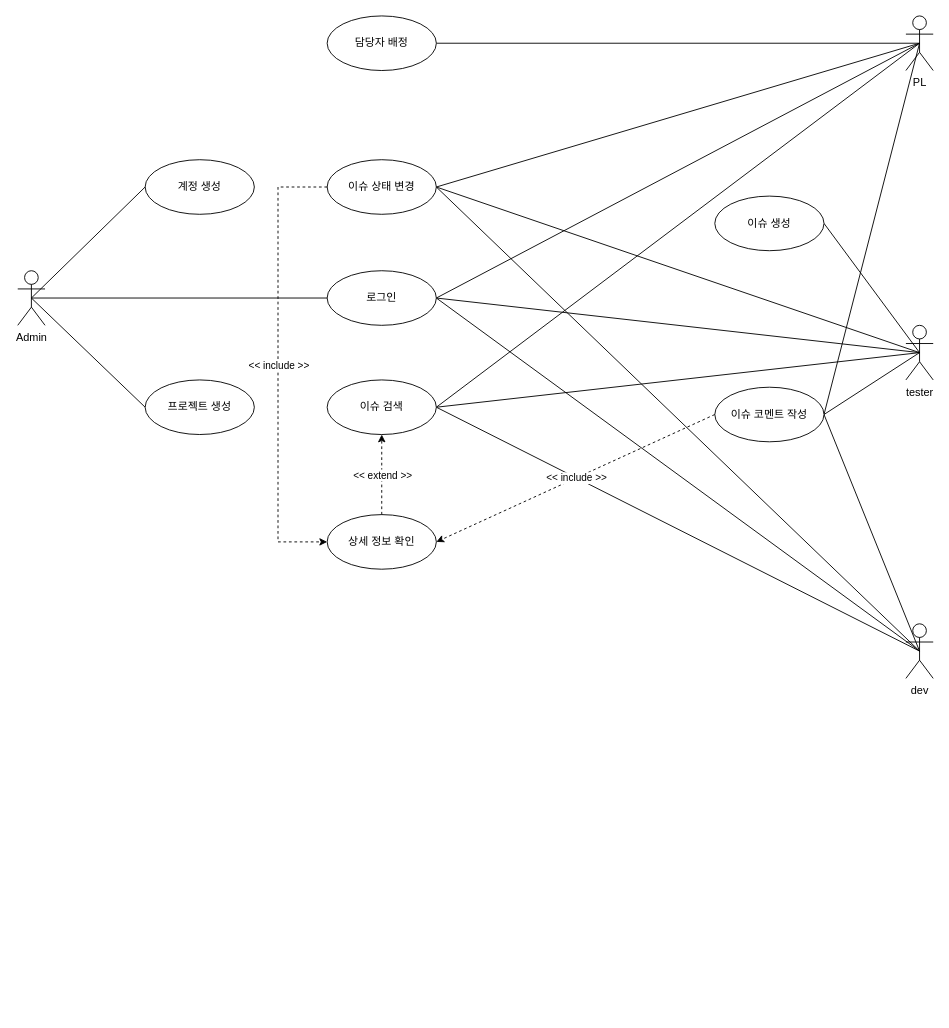
LuisYou/Term_Project_19 keeps this draw.io diagram as 다이어그램 모음집/유스케이스 다이어그램 0601-2.drawio. Above is the earlier version. Source tidied: cells renumbered, new cells numbered last; positions are measured from the earlier drawing's top-left corner, leaving out a move shared by most shapes. Both pictures are drawn from the tidied source at 91%, with x=0, y=0 at pixel (17, 15).
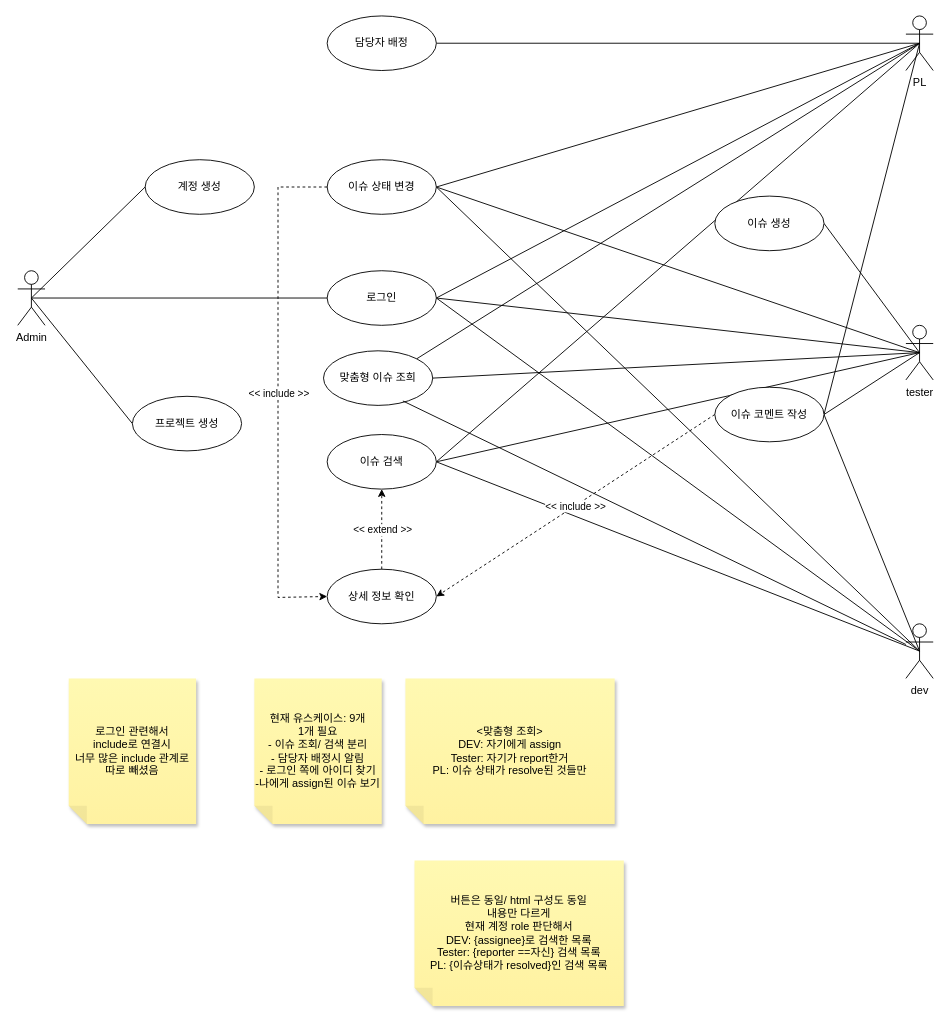
The same page after the edit.

Commit message:
유스케이스 다이어그램 최종.drawio 업데이트

The change refers to these unchanged cells:
```xml
<mxCell id="11" value="PL" style="shape=umlActor;verticalLabelPosition=bottom;verticalAlign=top;html=1;outlineConnect=0;" parent="1" vertex="1">
  <mxGeometry x="976" width="30" height="60" as="geometry" />
</mxCell>
<mxCell id="16" value="dev" style="shape=umlActor;verticalLabelPosition=bottom;verticalAlign=top;html=1;outlineConnect=0;" parent="1" vertex="1">
  <mxGeometry x="976" y="668" width="30" height="60" as="geometry" />
</mxCell>
<mxCell id="22" value="tester" style="shape=umlActor;verticalLabelPosition=bottom;verticalAlign=top;html=1;outlineConnect=0;" parent="1" vertex="1">
  <mxGeometry x="976" y="340" width="30" height="60" as="geometry" />
</mxCell>
<mxCell id="28" value="이슈 상태 변경" style="ellipse;whiteSpace=wrap;html=1;" parent="1" vertex="1">
  <mxGeometry x="340" y="158" width="120" height="60" as="geometry" />
</mxCell>
```

Diff of the diagram source:
```diff
@@
     <mxCell id="24" value="프로젝트 생성" style="ellipse;whiteSpace=wrap;html=1;" parent="1" vertex="1">
-      <mxGeometry x="140" y="400" width="120" height="60" as="geometry" />
+      <mxGeometry x="126" y="418" width="120" height="60" as="geometry" />
     </mxCell>
@@
     <mxCell id="27" value="이슈 검색" style="ellipse;whiteSpace=wrap;html=1;" parent="1" vertex="1">
-      <mxGeometry x="340" y="400" width="120" height="60" as="geometry" />
+      <mxGeometry x="340" y="460" width="120" height="60" as="geometry" />
     </mxCell>
@@
     <mxCell id="29" value="상세 정보 확인" style="ellipse;whiteSpace=wrap;html=1;" parent="1" vertex="1">
-      <mxGeometry x="340" y="548" width="120" height="60" as="geometry" />
+      <mxGeometry x="340" y="608" width="120" height="60" as="geometry" />
     </mxCell>
@@
     <mxCell id="36" style="endArrow=classic;html=1;rounded=0;exitX=0;exitY=0.5;exitDx=0;exitDy=0;entryX=0;entryY=0.5;entryDx=0;entryDy=0;dashed=1;edgeStyle=orthogonalEdgeStyle;" parent="1" edge="1" source="28" target="29">
       <mxGeometry relative="1" as="geometry">
         <Array as="points">
           <mxPoint x="286" y="188" />
-          <mxPoint x="286" y="578" />
+          <mxPoint x="286" y="639" />
         </Array>
       </mxGeometry>
     </mxCell>
@@
+    <mxCell id="38" value="로그인 관련해서&lt;br&gt;include로 연결시&lt;br&gt;너무 많은 include 관계로&lt;br&gt;따로 빼셨음" style="shape=note;whiteSpace=wrap;html=1;backgroundOutline=1;fontColor=#000000;darkOpacity=0.05;fillColor=#FFF9B2;strokeColor=none;fillStyle=solid;direction=west;gradientDirection=north;gradientColor=#FFF2A1;shadow=1;size=20;" parent="1" vertex="1">
+      <mxGeometry x="56" y="728" width="140" height="160" as="geometry" />
+    </mxCell>
+    <mxCell id="39" value="&lt;div&gt;현재 유스케이스: 9개&lt;/div&gt;&lt;div&gt;1개 필요&lt;/div&gt;&lt;div&gt;- 이슈 조회/ 검색 분리&lt;/div&gt;&lt;div&gt;- 담당자 배정시 알림&lt;/div&gt;&lt;div&gt;- 로그인 쪽에 아이디 찾기&lt;/div&gt;&lt;div&gt;-나에게 assign된 이슈 보기&lt;br&gt;&lt;/div&gt;" style="shape=note;whiteSpace=wrap;html=1;backgroundOutline=1;fontColor=#000000;darkOpacity=0.05;fillColor=#FFF9B2;strokeColor=none;fillStyle=solid;direction=west;gradientDirection=north;gradientColor=#FFF2A1;shadow=1;size=20;" parent="1" vertex="1">
+      <mxGeometry x="260" y="728" width="140" height="160" as="geometry" />
+    </mxCell>
+    <mxCell id="40" value="&lt;div&gt;&amp;lt;맞춤형 조회&amp;gt;&lt;br&gt;&lt;/div&gt;&lt;div&gt;DEV: 자기에게 assign&lt;/div&gt;&lt;div&gt;Tester: 자기가 report한거&lt;/div&gt;&lt;div&gt;PL: 이슈 상태가 resolve된 것들만 &lt;br&gt;&lt;/div&gt;" style="shape=note;whiteSpace=wrap;html=1;backgroundOutline=1;fontColor=#000000;darkOpacity=0.05;fillColor=#FFF9B2;strokeColor=none;fillStyle=solid;direction=west;gradientDirection=north;gradientColor=#FFF2A1;shadow=1;size=20;" parent="1" vertex="1">
+      <mxGeometry x="426" y="728" width="230" height="160" as="geometry" />
+    </mxCell>
+    <mxCell id="41" value="&lt;div&gt;버튼은 동일/ html 구성도 동일&lt;/div&gt;&lt;div&gt;내용만 다르게&lt;br&gt;현재 계정 role 판단해서&lt;/div&gt;&lt;div&gt;DEV: {assignee}로 검색한 목록&lt;/div&gt;&lt;div&gt;Tester: {reporter ==자신} 검색 목록&lt;br&gt;PL: {이슈상태가 resolved}인 검색 목록&lt;br&gt;&lt;/div&gt;" style="shape=note;whiteSpace=wrap;html=1;backgroundOutline=1;fontColor=#000000;darkOpacity=0.05;fillColor=#FFF9B2;strokeColor=none;fillStyle=solid;direction=west;gradientDirection=north;gradientColor=#FFF2A1;shadow=1;size=20;" parent="1" vertex="1">
+      <mxGeometry x="436" y="928" width="230" height="160" as="geometry" />
+    </mxCell>
+    <mxCell id="42" value="맞춤형 이슈 조희" style="ellipse;whiteSpace=wrap;html=1;" parent="1" vertex="1">
+      <mxGeometry x="336" y="368" width="120" height="60" as="geometry" />
+    </mxCell>
+    <mxCell id="43" style="rounded=0;jettySize=auto;html=1;exitX=0.5;exitY=0.5;exitDx=0;exitDy=0;exitPerimeter=0;entryX=1;entryY=0;entryDx=0;entryDy=0;endArrow=none;endFill=0;" parent="1" edge="1" source="11" target="42">
+      <mxGeometry relative="1" as="geometry" />
+    </mxCell>
+    <mxCell id="44" style="rounded=0;jettySize=auto;html=1;exitX=0.5;exitY=0.5;exitDx=0;exitDy=0;exitPerimeter=0;endArrow=none;endFill=0;entryX=1;entryY=0.5;entryDx=0;entryDy=0;" parent="1" edge="1" source="22" target="42">
+      <mxGeometry relative="1" as="geometry" />
+    </mxCell>
+    <mxCell id="45" style="rounded=0;jettySize=auto;html=1;endArrow=none;endFill=0;entryX=0.727;entryY=0.919;entryDx=0;entryDy=0;entryPerimeter=0;" parent="1" edge="1" source="16" target="42">
+      <mxGeometry relative="1" as="geometry" />
+    </mxCell>
```
